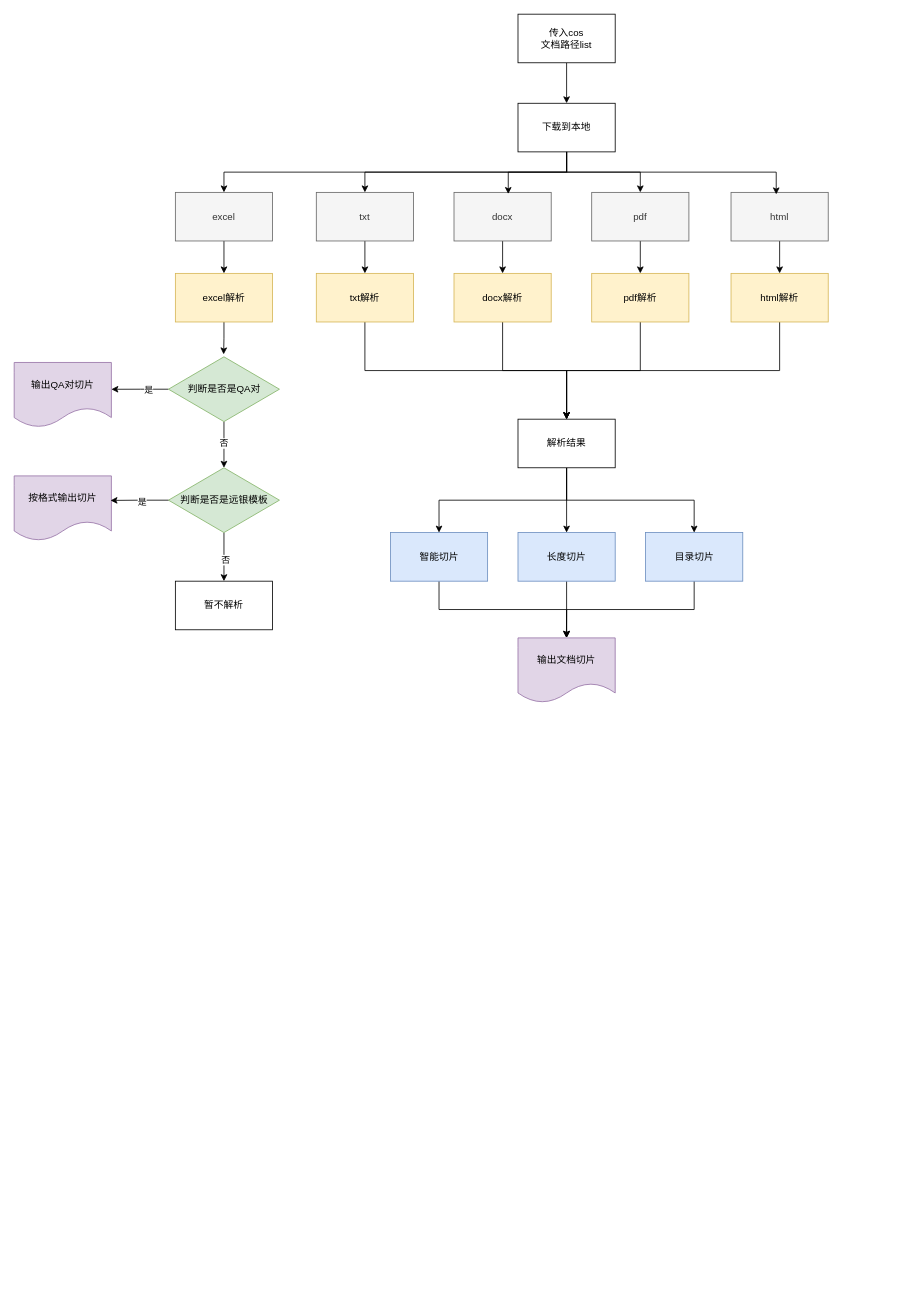
archwolf118/AI keeps this draw.io diagram as 时序图.drawio. Above is the earlier version. Source tidied: cells renumbered, new cells numbered last; positions are measured from the earlier drawing's top-left corner, leaving out a move shared by most shapes. Both pictures are drawn from the tidied source at 81%, with x=0, y=0 at pixel (14, 14).
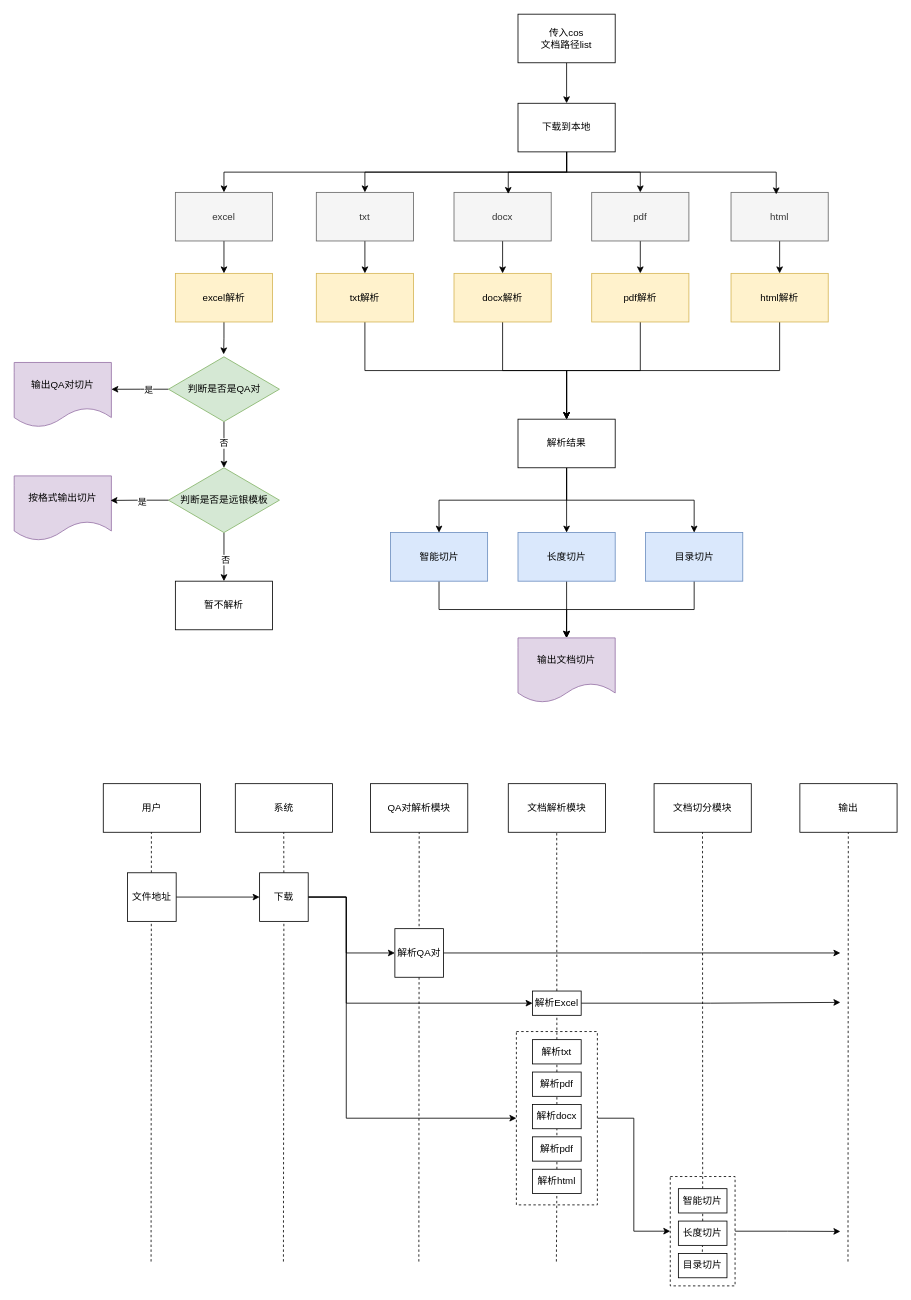
The same diagram, later.

Commit message:
更新时序图.drawio

The edit, as a diff of the source:
```diff
@@
+    <mxCell id="54" style="edgeStyle=orthogonalEdgeStyle;rounded=0;jettySize=auto;html=1;exitX=1;exitY=0.5;exitDx=0;exitDy=0;entryX=0;entryY=0.5;entryDx=0;entryDy=0;" parent="1" edge="1" source="55" target="57">
+      <mxGeometry relative="1" as="geometry" />
+    </mxCell>
+    <mxCell id="55" style="rounded=0;whiteSpace=wrap;html=1;dashed=1;" parent="1" vertex="1">
+      <mxGeometry x="620" y="1256" width="100" height="214" as="geometry" />
+    </mxCell>
+    <mxCell id="56" style="edgeStyle=orthogonalEdgeStyle;rounded=0;jettySize=auto;html=1;exitX=1;exitY=0.5;exitDx=0;exitDy=0;" parent="1" edge="1" source="57">
+      <mxGeometry relative="1" as="geometry">
+        <mxPoint x="1020" y="1502.8" as="targetPoint" />
+      </mxGeometry>
+    </mxCell>
+    <mxCell id="57" style="rounded=0;whiteSpace=wrap;html=1;dashed=1;" parent="1" vertex="1">
+      <mxGeometry x="810" y="1435" width="80" height="135" as="geometry" />
+    </mxCell>
@@
+    <mxCell id="58" value="用户" style="rounded=0;whiteSpace=wrap;html=1;" parent="1" vertex="1">
+      <mxGeometry x="110" y="950" width="120" height="60" as="geometry" />
+    </mxCell>
+    <mxCell id="59" value="系统" style="rounded=0;whiteSpace=wrap;html=1;" parent="1" vertex="1">
+      <mxGeometry x="273" y="950" width="120" height="60" as="geometry" />
+    </mxCell>
+    <mxCell id="60" value="文档解析模块" style="rounded=0;whiteSpace=wrap;html=1;" parent="1" vertex="1">
+      <mxGeometry x="610" y="950" width="120" height="60" as="geometry" />
+    </mxCell>
+    <mxCell id="61" value="文档切分模块" style="rounded=0;whiteSpace=wrap;html=1;" parent="1" vertex="1">
+      <mxGeometry x="790" y="950" width="120" height="60" as="geometry" />
+    </mxCell>
+    <mxCell id="62" value="QA对解析模块" style="rounded=0;whiteSpace=wrap;html=1;" parent="1" vertex="1">
+      <mxGeometry x="440" y="950" width="120" height="60" as="geometry" />
+    </mxCell>
+    <mxCell id="63" value="输出" style="rounded=0;whiteSpace=wrap;html=1;" parent="1" vertex="1">
+      <mxGeometry x="970" y="950" width="120" height="60" as="geometry" />
+    </mxCell>
+    <mxCell id="64" style="endArrow=none;dashed=1;html=1;rounded=0;" parent="1" edge="1">
+      <mxGeometry relative="1" as="geometry">
+        <mxPoint x="169" y="1540" as="sourcePoint" />
+        <mxPoint x="169.4" y="1010" as="targetPoint" />
+      </mxGeometry>
+    </mxCell>
+    <mxCell id="65" style="endArrow=none;dashed=1;html=1;rounded=0;" parent="1" edge="1" source="76">
+      <mxGeometry relative="1" as="geometry">
+        <mxPoint x="332.8" y="1010" as="targetPoint" />
+      </mxGeometry>
+    </mxCell>
+    <mxCell id="66" style="endArrow=none;dashed=1;html=1;rounded=0;" parent="1" edge="1">
+      <mxGeometry relative="1" as="geometry">
+        <mxPoint x="499.6" y="1540" as="sourcePoint" />
+        <mxPoint x="500" y="1010" as="targetPoint" />
+      </mxGeometry>
+    </mxCell>
+    <mxCell id="67" style="endArrow=none;dashed=1;html=1;rounded=0;" parent="1" edge="1" source="82">
+      <mxGeometry relative="1" as="geometry">
+        <mxPoint x="669.8" y="1010" as="targetPoint" />
+      </mxGeometry>
+    </mxCell>
+    <mxCell id="68" style="endArrow=none;dashed=1;html=1;rounded=0;" parent="1" edge="1" source="91">
+      <mxGeometry relative="1" as="geometry">
+        <mxPoint x="849.8" y="1010" as="targetPoint" />
+      </mxGeometry>
+    </mxCell>
+    <mxCell id="69" style="endArrow=none;dashed=1;html=1;rounded=0;" parent="1" edge="1">
+      <mxGeometry relative="1" as="geometry">
+        <mxPoint x="1029.4" y="1540" as="sourcePoint" />
+        <mxPoint x="1029.8" y="1010" as="targetPoint" />
+      </mxGeometry>
+    </mxCell>
+    <mxCell id="70" style="edgeStyle=orthogonalEdgeStyle;rounded=0;jettySize=auto;html=1;exitX=1;exitY=0.5;exitDx=0;exitDy=0;entryX=0;entryY=0.5;entryDx=0;entryDy=0;" parent="1" edge="1" source="71" target="76">
+      <mxGeometry relative="1" as="geometry" />
+    </mxCell>
+    <mxCell id="71" value="文件地址" style="rounded=0;whiteSpace=wrap;html=1;" parent="1" vertex="1">
+      <mxGeometry x="140" y="1060" width="60" height="60" as="geometry" />
+    </mxCell>
+    <mxCell id="72" style="endArrow=none;dashed=1;html=1;rounded=0;" parent="1" edge="1" target="76">
+      <mxGeometry relative="1" as="geometry">
+        <mxPoint x="332.4" y="1540" as="sourcePoint" />
+      </mxGeometry>
+    </mxCell>
+    <mxCell id="73" style="edgeStyle=orthogonalEdgeStyle;rounded=0;jettySize=auto;html=1;exitX=1;exitY=0.5;exitDx=0;exitDy=0;entryX=0;entryY=0.5;entryDx=0;entryDy=0;" parent="1" edge="1" source="76" target="78">
+      <mxGeometry relative="1" as="geometry">
+        <Array as="points">
+          <mxPoint x="410" y="1090" />
+          <mxPoint x="410" y="1159" />
+        </Array>
+      </mxGeometry>
+    </mxCell>
+    <mxCell id="74" style="edgeStyle=orthogonalEdgeStyle;rounded=0;jettySize=auto;html=1;exitX=1;exitY=0.5;exitDx=0;exitDy=0;entryX=0;entryY=0.5;entryDx=0;entryDy=0;" parent="1" edge="1" source="76" target="55">
+      <mxGeometry relative="1" as="geometry">
+        <Array as="points">
+          <mxPoint x="410" y="1090" />
+          <mxPoint x="410" y="1363" />
+        </Array>
+      </mxGeometry>
+    </mxCell>
+    <mxCell id="75" style="edgeStyle=orthogonalEdgeStyle;rounded=0;jettySize=auto;html=1;exitX=1;exitY=0.5;exitDx=0;exitDy=0;entryX=0;entryY=0.5;entryDx=0;entryDy=0;" parent="1" edge="1" source="76" target="80">
+      <mxGeometry relative="1" as="geometry">
+        <Array as="points">
+          <mxPoint x="410" y="1090" />
+          <mxPoint x="410" y="1221" />
+        </Array>
+      </mxGeometry>
+    </mxCell>
+    <mxCell id="76" value="下载" style="rounded=0;whiteSpace=wrap;html=1;" parent="1" vertex="1">
+      <mxGeometry x="303" y="1060" width="60" height="60" as="geometry" />
+    </mxCell>
+    <mxCell id="77" style="edgeStyle=orthogonalEdgeStyle;rounded=0;jettySize=auto;html=1;exitX=1;exitY=0.5;exitDx=0;exitDy=0;" parent="1" edge="1" source="78">
+      <mxGeometry relative="1" as="geometry">
+        <mxPoint x="1020" y="1159" as="targetPoint" />
+      </mxGeometry>
+    </mxCell>
+    <mxCell id="78" value="解析QA对" style="rounded=0;whiteSpace=wrap;html=1;" parent="1" vertex="1">
+      <mxGeometry x="470" y="1129" width="60" height="60" as="geometry" />
+    </mxCell>
+    <mxCell id="79" style="edgeStyle=orthogonalEdgeStyle;rounded=0;jettySize=auto;html=1;exitX=1;exitY=0.5;exitDx=0;exitDy=0;" parent="1" edge="1" source="80">
+      <mxGeometry relative="1" as="geometry">
+        <mxPoint x="1020" y="1220" as="targetPoint" />
+      </mxGeometry>
+    </mxCell>
+    <mxCell id="80" value="解析Excel" style="rounded=0;whiteSpace=wrap;html=1;" parent="1" vertex="1">
+      <mxGeometry x="640" y="1206" width="60" height="30" as="geometry" />
+    </mxCell>
+    <mxCell id="81" style="endArrow=none;dashed=1;html=1;rounded=0;" parent="1" edge="1" source="84" target="82">
+      <mxGeometry relative="1" as="geometry" />
+    </mxCell>
+    <mxCell id="82" value="解析txt" style="rounded=0;whiteSpace=wrap;html=1;" parent="1" vertex="1">
+      <mxGeometry x="640" y="1266" width="60" height="30" as="geometry" />
+    </mxCell>
+    <mxCell id="83" style="endArrow=none;dashed=1;html=1;rounded=0;" parent="1" edge="1" source="86" target="84">
+      <mxGeometry relative="1" as="geometry" />
+    </mxCell>
+    <mxCell id="84" value="解析pdf" style="rounded=0;whiteSpace=wrap;html=1;" parent="1" vertex="1">
+      <mxGeometry x="640" y="1306" width="60" height="30" as="geometry" />
+    </mxCell>
+    <mxCell id="85" style="endArrow=none;dashed=1;html=1;rounded=0;" parent="1" edge="1" source="89" target="86">
+      <mxGeometry relative="1" as="geometry" />
+    </mxCell>
+    <mxCell id="86" value="解析docx" style="rounded=0;whiteSpace=wrap;html=1;" parent="1" vertex="1">
+      <mxGeometry x="640" y="1346" width="60" height="30" as="geometry" />
+    </mxCell>
+    <mxCell id="87" value="解析pdf" style="rounded=0;whiteSpace=wrap;html=1;" parent="1" vertex="1">
+      <mxGeometry x="640" y="1386" width="60" height="30" as="geometry" />
+    </mxCell>
+    <mxCell id="88" style="endArrow=none;dashed=1;html=1;rounded=0;" parent="1" edge="1" target="89">
+      <mxGeometry relative="1" as="geometry">
+        <mxPoint x="669.4" y="1540" as="sourcePoint" />
+      </mxGeometry>
+    </mxCell>
+    <mxCell id="89" value="解析html" style="rounded=0;whiteSpace=wrap;html=1;" parent="1" vertex="1">
+      <mxGeometry x="640" y="1426" width="60" height="30" as="geometry" />
+    </mxCell>
+    <mxCell id="90" style="endArrow=none;dashed=1;html=1;rounded=0;" parent="1" edge="1" source="93" target="91">
+      <mxGeometry relative="1" as="geometry" />
+    </mxCell>
+    <mxCell id="91" value="智能切片" style="rounded=0;whiteSpace=wrap;html=1;" parent="1" vertex="1">
+      <mxGeometry x="820" y="1450" width="60" height="30" as="geometry" />
+    </mxCell>
+    <mxCell id="92" style="endArrow=none;dashed=1;html=1;rounded=0;" parent="1" edge="1" target="93">
+      <mxGeometry relative="1" as="geometry">
+        <mxPoint x="849.4" y="1540" as="sourcePoint" />
+      </mxGeometry>
+    </mxCell>
+    <mxCell id="93" value="长度切片" style="rounded=0;whiteSpace=wrap;html=1;" parent="1" vertex="1">
+      <mxGeometry x="820" y="1490" width="60" height="30" as="geometry" />
+    </mxCell>
+    <mxCell id="94" value="目录切片" style="rounded=0;whiteSpace=wrap;html=1;" parent="1" vertex="1">
+      <mxGeometry x="820" y="1530" width="60" height="30" as="geometry" />
+    </mxCell>
```
